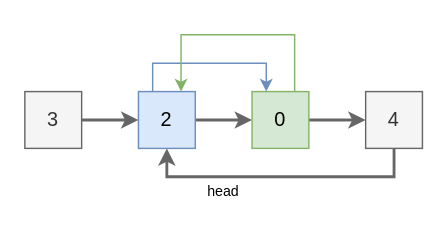
The draw.io diagram page "2_1" (4 of 5) of problems/problem141.drawio in hanggrian/grind-leetcode, before the edit. Source tidied: cells renumbered, new cells numbered last; positions are measured from the earlier drawing's top-left corner, leaving out a move shared by most shapes. Both pictures are drawn from the tidied source at 142%, with x=0, y=0 at pixel (24, 34).
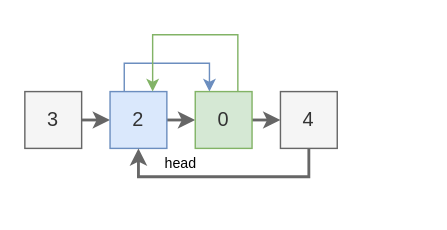
Above is the later version.

The edit, as a diff of the source:
```diff
@@
 <mxGraphModel>
   <root>
     <mxCell id="0" />
     <mxCell id="1" parent="0" />
     <mxCell id="2" style="edgeStyle=orthogonalEdgeStyle;rounded=0;jettySize=auto;html=1;exitX=1;exitY=0.5;exitDx=0;exitDy=0;entryX=0;entryY=0.5;entryDx=0;entryDy=0;fillColor=#f5f5f5;strokeColor=#666666;strokeWidth=2;" parent="1" edge="1" source="3" target="6">
       <mxGeometry relative="1" as="geometry" />
     </mxCell>
     <mxCell id="3" value="3" style="text;html=1;align=center;verticalAlign=middle;whiteSpace=wrap;rounded=0;fillColor=#f5f5f5;strokeColor=#666666;fontSize=14;fontColor=#333333;" parent="1" vertex="1">
       <mxGeometry y="40" width="40" height="40" as="geometry" />
     </mxCell>
     <mxCell id="4" style="edgeStyle=orthogonalEdgeStyle;rounded=0;jettySize=auto;html=1;exitX=1;exitY=0.5;exitDx=0;exitDy=0;entryX=0;entryY=0.5;entryDx=0;entryDy=0;fillColor=#f5f5f5;strokeColor=#666666;strokeWidth=2;" parent="1" edge="1" source="6" target="9">
       <mxGeometry relative="1" as="geometry" />
     </mxCell>
     <mxCell id="5" style="edgeStyle=orthogonalEdgeStyle;rounded=0;jettySize=auto;html=1;exitX=0.25;exitY=0;exitDx=0;exitDy=0;entryX=0.25;entryY=0;entryDx=0;entryDy=0;fillColor=#dae8fc;strokeColor=#6c8ebf;" parent="1" edge="1" source="6" target="9">
       <mxGeometry relative="1" as="geometry">
         <Array as="points">
           <mxPoint x="90" y="20" />
           <mxPoint x="170" y="20" />
         </Array>
       </mxGeometry>
     </mxCell>
-    <mxCell id="6" value="2" style="text;html=1;align=center;verticalAlign=middle;whiteSpace=wrap;rounded=0;fillColor=#dae8fc;strokeColor=#6c8ebf;fontSize=14;" parent="1" vertex="1">
-      <mxGeometry x="80" y="40" width="40" height="40" as="geometry" />
+    <mxCell id="6" value="2" style="text;html=1;align=center;verticalAlign=middle;whiteSpace=wrap;rounded=0;fillColor=#dae8fc;strokeColor=#6c8ebf;fontSize=14;fontColor=#333333;" parent="1" vertex="1">
+      <mxGeometry x="60" y="40" width="40" height="40" as="geometry" />
     </mxCell>
     <mxCell id="7" style="edgeStyle=orthogonalEdgeStyle;rounded=0;jettySize=auto;html=1;exitX=1;exitY=0.5;exitDx=0;exitDy=0;entryX=0;entryY=0.5;entryDx=0;entryDy=0;fillColor=#f5f5f5;strokeColor=#666666;strokeWidth=2;" parent="1" edge="1" source="9" target="11">
       <mxGeometry relative="1" as="geometry" />
     </mxCell>
     <mxCell id="8" style="edgeStyle=orthogonalEdgeStyle;rounded=0;jettySize=auto;html=1;exitX=0.75;exitY=0;exitDx=0;exitDy=0;entryX=0.75;entryY=0;entryDx=0;entryDy=0;fillColor=#d5e8d4;strokeColor=#82b366;" parent="1" edge="1" source="9" target="6">
       <mxGeometry relative="1" as="geometry">
         <Array as="points">
-          <mxPoint x="190" />
-          <mxPoint x="110" />
+          <mxPoint x="150" />
+          <mxPoint x="90" />
         </Array>
       </mxGeometry>
     </mxCell>
-    <mxCell id="9" value="0" style="text;html=1;align=center;verticalAlign=middle;whiteSpace=wrap;rounded=0;fillColor=#d5e8d4;strokeColor=#82b366;fontSize=14;" parent="1" vertex="1">
-      <mxGeometry x="160" y="40" width="40" height="40" as="geometry" />
+    <mxCell id="9" value="0" style="text;html=1;align=center;verticalAlign=middle;whiteSpace=wrap;rounded=0;fillColor=#d5e8d4;strokeColor=#82b366;fontSize=14;fontColor=#333333;" parent="1" vertex="1">
+      <mxGeometry x="120" y="40" width="40" height="40" as="geometry" />
     </mxCell>
     <mxCell id="10" style="edgeStyle=orthogonalEdgeStyle;rounded=0;jettySize=auto;html=1;exitX=0.5;exitY=1;exitDx=0;exitDy=0;entryX=0.5;entryY=1;entryDx=0;entryDy=0;strokeWidth=2;fillColor=#f5f5f5;strokeColor=#666666;" parent="1" edge="1" source="11" target="6">
-      <mxGeometry relative="1" as="geometry">
-        <Array as="points">
-          <mxPoint x="260" y="100" />
-          <mxPoint x="100" y="100" />
-        </Array>
-      </mxGeometry>
+      <mxGeometry relative="1" as="geometry" />
     </mxCell>
     <mxCell id="11" value="4" style="text;html=1;align=center;verticalAlign=middle;whiteSpace=wrap;rounded=0;fillColor=#f5f5f5;strokeColor=#666666;fontSize=14;fontColor=#333333;" parent="1" vertex="1">
-      <mxGeometry x="240" y="40" width="40" height="40" as="geometry" />
+      <mxGeometry x="180" y="40" width="40" height="40" as="geometry" />
     </mxCell>
     <mxCell id="12" value="head" style="text;html=1;align=center;verticalAlign=middle;whiteSpace=wrap;rounded=0;fontSize=10;" parent="1" vertex="1">
-      <mxGeometry y="100" width="280" height="20" as="geometry" />
+      <mxGeometry y="80" width="220" height="20" as="geometry" />
     </mxCell>
   </root>
 </mxGraphModel>
```
